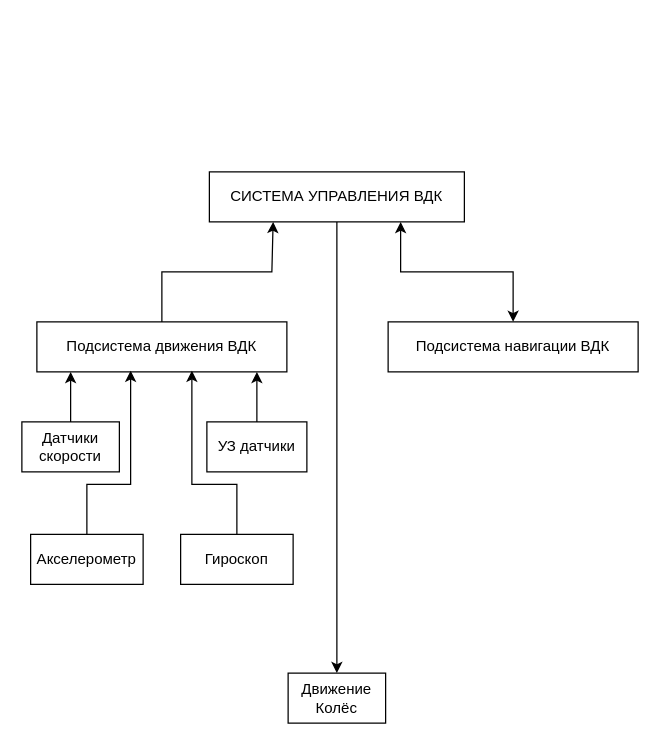
This is Наработки/Структурная Схема.drawio from AlexRussellGit/VKR---Russell-Alexander, a draw.io file, before an edit. Source tidied: cells renumbered, new cells numbered last; positions are measured from the earlier drawing's top-left corner, leaving out a move shared by most shapes. Both pictures are drawn from the tidied source at 125%, with x=0, y=0 at pixel (21, 171).
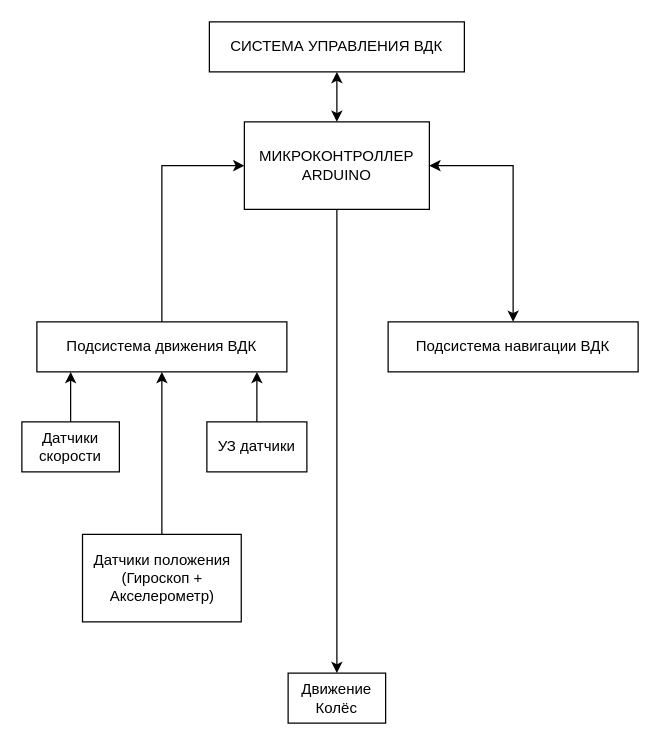
The same diagram, later.

Unchanged cells that the change refers to:
```xml
<mxCell id="3" value="Подсистема движения ВДК" style="rounded=0;whiteSpace=wrap;html=1;" parent="1" vertex="1">
  <mxGeometry x="12" y="120" width="200" height="40" as="geometry" />
</mxCell>
<mxCell id="4" value="Подсистема навигации ВДК" style="rounded=0;whiteSpace=wrap;html=1;" parent="1" vertex="1">
  <mxGeometry x="293" y="120" width="200" height="40" as="geometry" />
</mxCell>
<mxCell id="12" value="Движение Колёс" style="rounded=0;whiteSpace=wrap;html=1;" parent="1" vertex="1">
  <mxGeometry x="213" y="401" width="78" height="40" as="geometry" />
</mxCell>
```

What changed in the source:
```diff
@@
     <mxCell id="2" value="СИСТЕМА УПРАВЛЕНИЯ ВДК" style="rounded=0;whiteSpace=wrap;html=1;" parent="1" vertex="1">
-      <mxGeometry x="150" width="204" height="40" as="geometry" />
+      <mxGeometry x="150" y="-120" width="204" height="40" as="geometry" />
     </mxCell>
@@
-    <mxCell id="5" style="endArrow=classic;startArrow=classic;html=1;rounded=0;entryX=0.5;entryY=1;entryDx=0;entryDy=0;exitX=0.5;exitY=0;exitDx=0;exitDy=0;" parent="1" edge="1" source="4">
-      <mxGeometry relative="1" as="geometry">
-        <mxPoint x="303" y="40" as="targetPoint" />
-        <Array as="points">
-          <mxPoint x="393" y="80" />
-          <mxPoint x="303" y="80" />
-        </Array>
-      </mxGeometry>
-    </mxCell>
@@
-    <mxCell id="8" value="Акселерометр" style="rounded=0;whiteSpace=wrap;html=1;" parent="1" vertex="1">
-      <mxGeometry x="7" y="290" width="90" height="40" as="geometry" />
-    </mxCell>
-    <mxCell id="9" value="Гироскоп" style="rounded=0;whiteSpace=wrap;html=1;" parent="1" vertex="1">
-      <mxGeometry x="127" y="290" width="90" height="40" as="geometry" />
+    <mxCell id="9" value="Датчики положения (Гироскоп + Акселерометр)" style="rounded=0;whiteSpace=wrap;html=1;" parent="1" vertex="1">
+      <mxGeometry x="48.5" y="290" width="127" height="70" as="geometry" />
     </mxCell>
-    <mxCell id="10" style="endArrow=classic;html=1;rounded=0;exitX=0.5;exitY=0;exitDx=0;exitDy=0;entryX=0.375;entryY=0.975;entryDx=0;entryDy=0;entryPerimeter=0;" parent="1" edge="1" source="8" target="3">
-      <mxGeometry relative="1" as="geometry">
-        <Array as="points">
-          <mxPoint x="52" y="250" />
-          <mxPoint x="87" y="250" />
-        </Array>
-      </mxGeometry>
-    </mxCell>
-    <mxCell id="11" style="endArrow=classic;html=1;rounded=0;exitX=0.5;exitY=0;exitDx=0;exitDy=0;entryX=0.62;entryY=0.975;entryDx=0;entryDy=0;entryPerimeter=0;" parent="1" edge="1" source="9" target="3">
-      <mxGeometry relative="1" as="geometry">
-        <Array as="points">
-          <mxPoint x="172" y="250" />
-          <mxPoint x="136" y="250" />
-        </Array>
-      </mxGeometry>
+    <mxCell id="11" style="endArrow=classic;html=1;rounded=0;exitX=0.5;exitY=0;exitDx=0;exitDy=0;entryX=0.5;entryY=1;entryDx=0;entryDy=0;" parent="1" edge="1" source="9" target="3">
+      <mxGeometry relative="1" as="geometry" />
     </mxCell>
@@
-    <mxCell id="13" style="endArrow=classic;html=1;rounded=0;exitX=0.5;exitY=1;exitDx=0;exitDy=0;entryX=0.5;entryY=0;entryDx=0;entryDy=0;" parent="1" edge="1" source="2" target="12">
-      <mxGeometry relative="1" as="geometry" />
-    </mxCell>
@@
-    <mxCell id="16" style="endArrow=classic;html=1;rounded=0;exitX=0.5;exitY=0;exitDx=0;exitDy=0;entryX=0.25;entryY=1;entryDx=0;entryDy=0;" parent="1" edge="1" source="3" target="2">
-      <mxGeometry relative="1" as="geometry">
-        <Array as="points">
-          <mxPoint x="112" y="80" />
-          <mxPoint x="200" y="80" />
-        </Array>
-      </mxGeometry>
-    </mxCell>
+    <mxCell id="17" value="МИКРОКОНТРОЛЛЕР ARDUINO" style="rounded=0;whiteSpace=wrap;html=1;" parent="1" vertex="1">
+      <mxGeometry x="178" y="-40" width="148" height="70" as="geometry" />
+    </mxCell>
+    <mxCell id="18" style="endArrow=classic;html=1;rounded=0;exitX=0.5;exitY=0;exitDx=0;exitDy=0;entryX=0;entryY=0.5;entryDx=0;entryDy=0;" parent="1" edge="1" source="3" target="17">
+      <mxGeometry relative="1" as="geometry">
+        <Array as="points">
+          <mxPoint x="112" y="-5" />
+        </Array>
+      </mxGeometry>
+    </mxCell>
+    <mxCell id="19" style="endArrow=classic;startArrow=classic;html=1;rounded=0;entryX=1;entryY=0.5;entryDx=0;entryDy=0;exitX=0.5;exitY=0;exitDx=0;exitDy=0;" parent="1" edge="1" source="4" target="17">
+      <mxGeometry relative="1" as="geometry">
+        <Array as="points">
+          <mxPoint x="393" y="-5" />
+        </Array>
+      </mxGeometry>
+    </mxCell>
+    <mxCell id="20" style="endArrow=classic;startArrow=classic;html=1;rounded=0;entryX=0.5;entryY=1;entryDx=0;entryDy=0;" parent="1" edge="1" source="17" target="2">
+      <mxGeometry relative="1" as="geometry" />
+    </mxCell>
+    <mxCell id="21" style="endArrow=classic;html=1;rounded=0;exitX=0.5;exitY=1;exitDx=0;exitDy=0;entryX=0.5;entryY=0;entryDx=0;entryDy=0;" parent="1" edge="1" source="17" target="12">
+      <mxGeometry relative="1" as="geometry" />
+    </mxCell>
```
